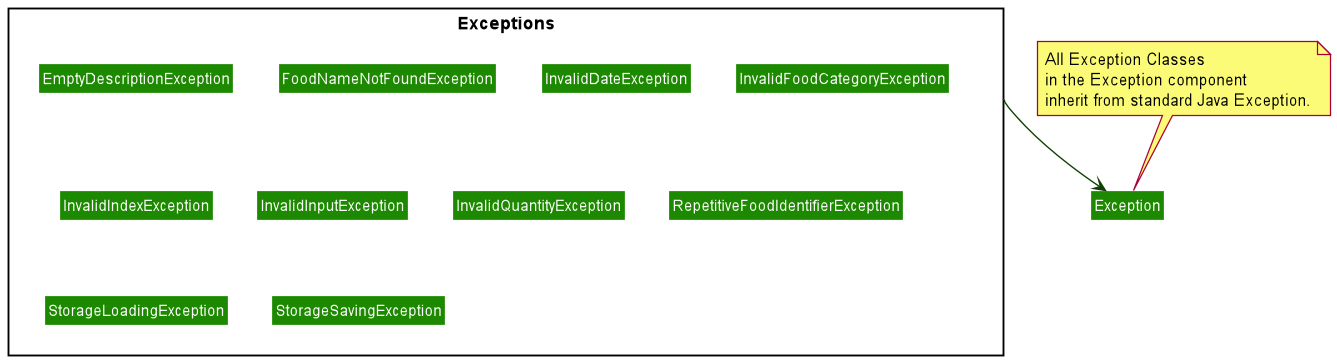
The PlantUML diagram docs/diagrams/diagram_images/ExceptionClassDiagram.png in nus-cs2113-AY2021S2/tp, before a commit.
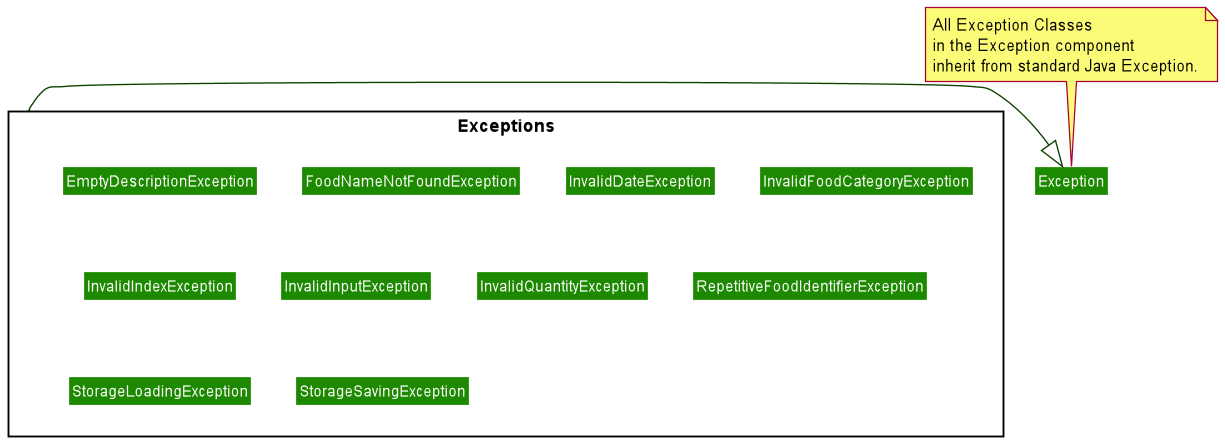
After the commit.

Commit message:
Fixed UML mistake

The edit, as a diff of the source:
```diff
@@ -21,7 +21,7 @@
     class StorageSavingException
 }
 
-Exceptions -down-> Exception
+Exceptions -down|> Exception
 
 note top of Exception : All Exception Classes\nin the Exception component \ninherit from standard Java Exception.
 
```
